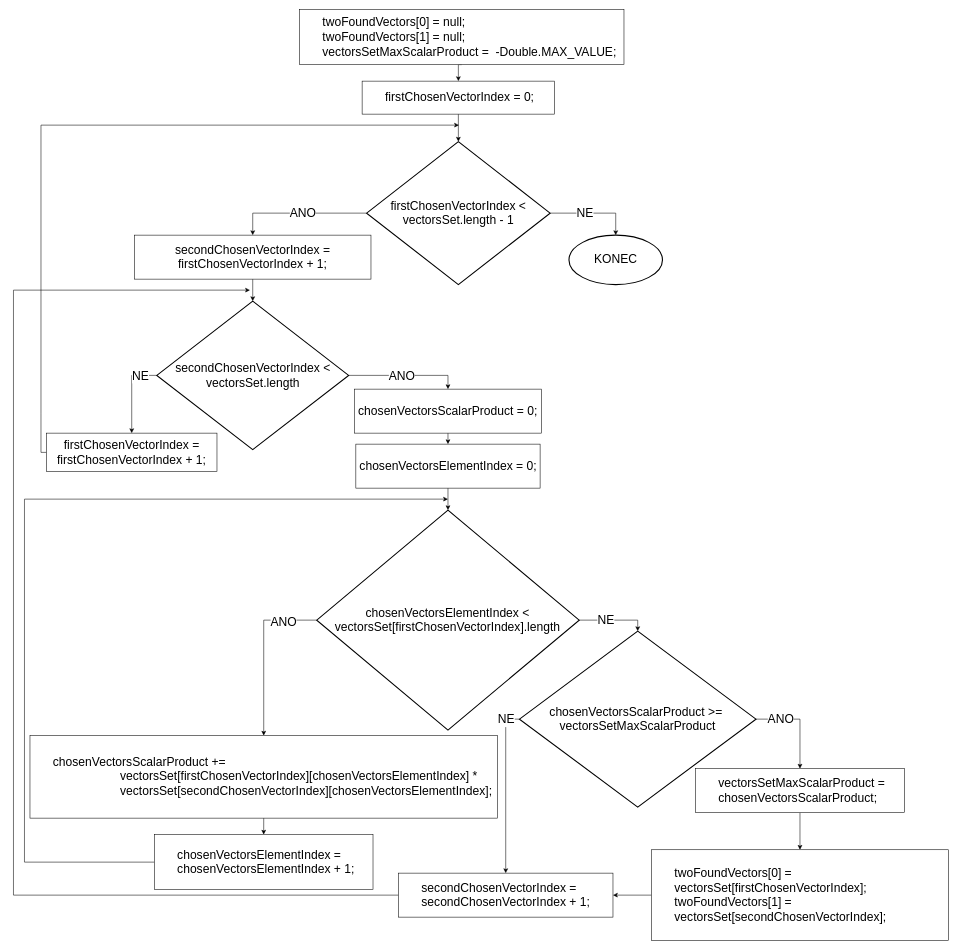
JanDostal/27DostalJSemestralProject keeps this draw.io diagram as diagram.drawio. Above is the earlier version. Source tidied: cells renumbered, new cells numbered last; positions are measured from the earlier drawing's top-left corner, leaving out a move shared by most shapes. Both pictures are drawn from the tidied source at 55%, with x=0, y=0 at pixel (13, 9).
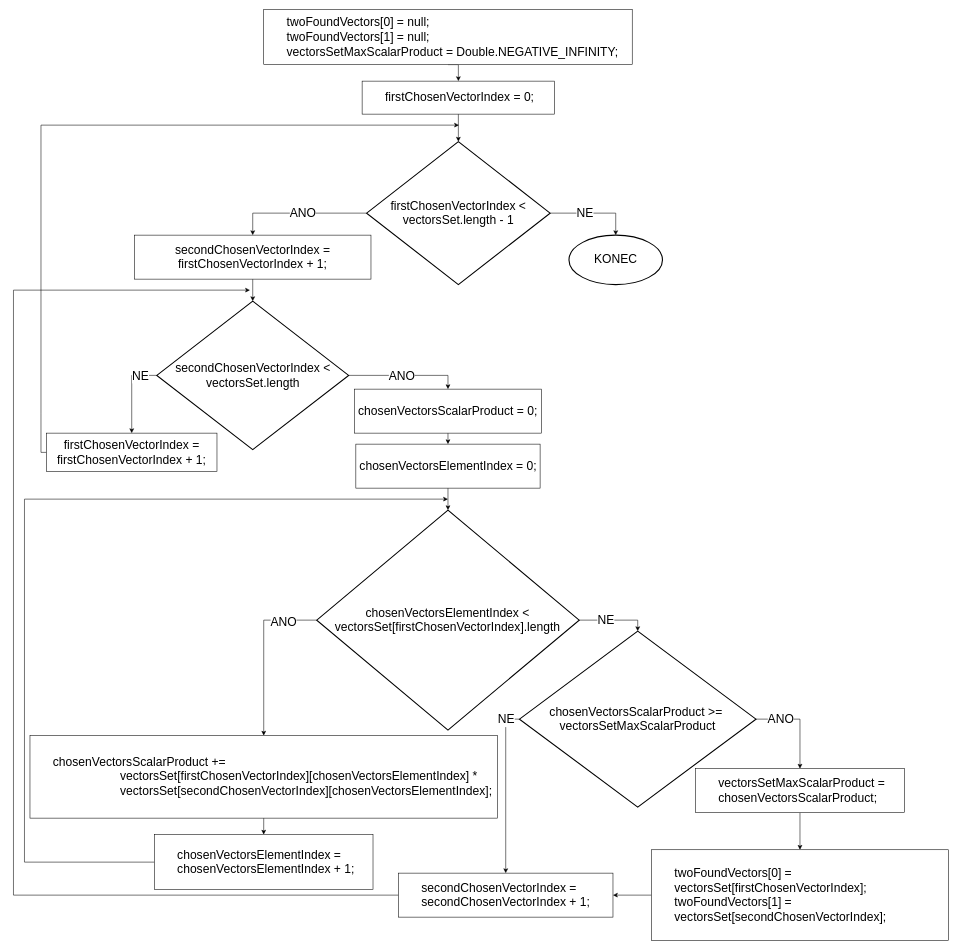
Above is the later version.

Commit message (it also covers changes not shown here):
Fixed bug with max variable default value

What changed in the source:
```diff
@@
-    <mxCell id="3" value="&lt;blockquote style=&quot;margin: 0 0 0 40px; border: none; padding: 0px;&quot;&gt;&lt;/blockquote&gt;&lt;blockquote style=&quot;margin: 0px 0px 0px 40px; border: none; padding: 0px; font-size: 22px;&quot;&gt;&lt;span style=&quot;background-color: initial;&quot;&gt;twoFoundVectors[0] = null;&lt;br&gt;&lt;/span&gt;&lt;span style=&quot;background-color: initial;&quot;&gt;twoFoundVectors[1] = null;&lt;br&gt;&lt;/span&gt;vectorsSetMaxScalarProduct =&amp;nbsp; -Double.MAX_VALUE;&lt;/blockquote&gt;&lt;blockquote style=&quot;margin: 0 0 0 40px; border: none; padding: 0px;&quot;&gt;&lt;/blockquote&gt;" style="rounded=0;whiteSpace=wrap;html=1;align=left;" parent="1" vertex="1">
-      <mxGeometry x="520" width="590" height="100" as="geometry" />
+    <mxCell id="3" value="&lt;blockquote style=&quot;margin: 0 0 0 40px; border: none; padding: 0px;&quot;&gt;&lt;/blockquote&gt;&lt;blockquote style=&quot;margin: 0px 0px 0px 40px; border: none; padding: 0px; font-size: 22px;&quot;&gt;&lt;span style=&quot;background-color: initial;&quot;&gt;twoFoundVectors[0] = null;&lt;br&gt;&lt;/span&gt;&lt;span style=&quot;background-color: initial;&quot;&gt;twoFoundVectors[1] = null;&lt;br&gt;&lt;/span&gt;vectorsSetMaxScalarProduct = Double.NEGATIVE_INFINITY;&lt;/blockquote&gt;&lt;blockquote style=&quot;margin: 0 0 0 40px; border: none; padding: 0px;&quot;&gt;&lt;/blockquote&gt;" style="rounded=0;whiteSpace=wrap;html=1;align=left;" parent="1" vertex="1">
+      <mxGeometry x="455" width="670" height="100" as="geometry" />
     </mxCell>
```
